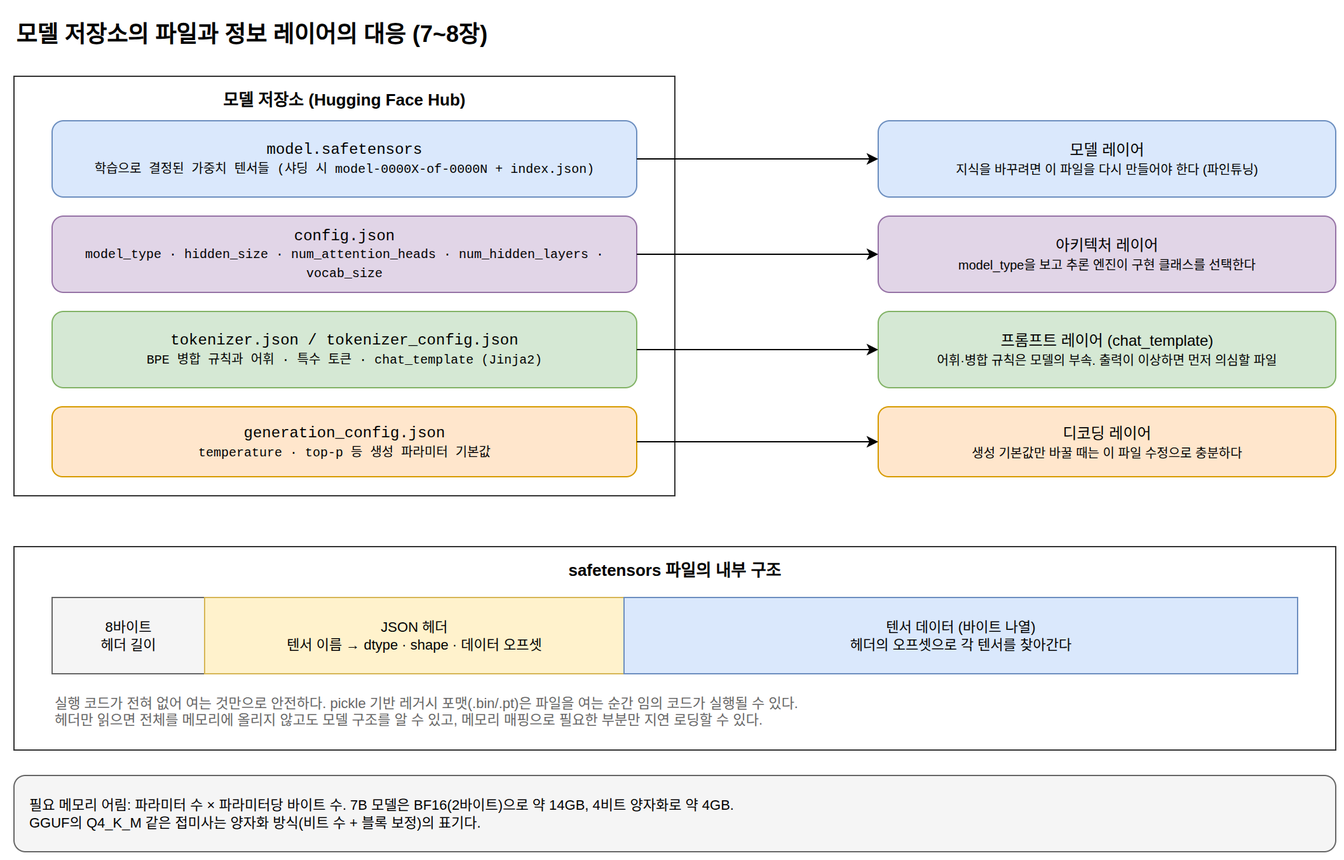
The draw.io diagram book/diagrams/ch08-model-repo.drawio.png in benelog/llm-principles, before a commit. Source tidied: cells renumbered, new cells last; positions are measured from the earlier drawing's top-left corner, leaving out a move shared by most shapes.
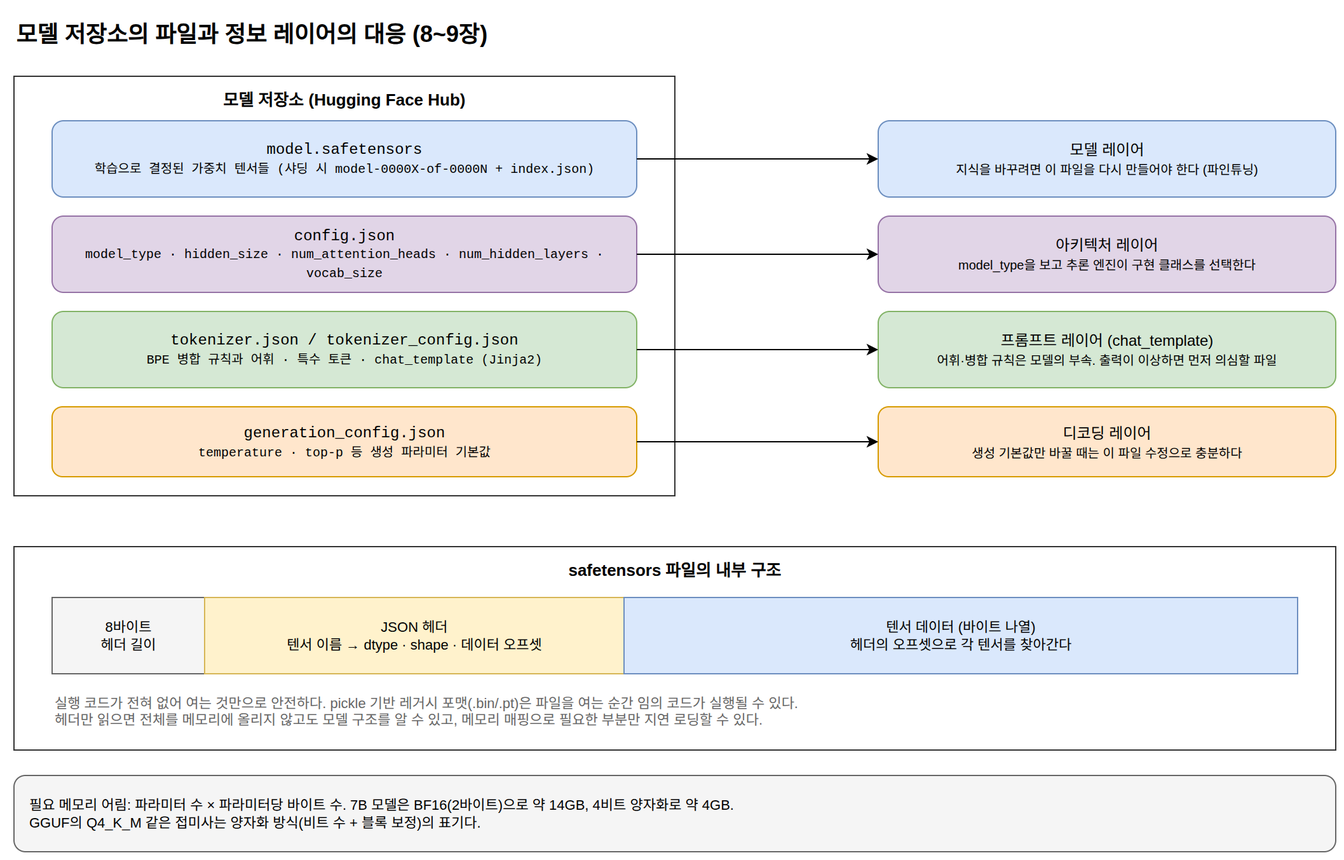
Later version of the same file.

The edit, as a diff of the source:
```diff
@@ -2,7 +2,7 @@
   <root>
     <mxCell id="0" />
     <mxCell id="1" parent="0" />
-    <mxCell id="2" value="모델 저장소의 파일과 정보 레이어의 대응 (7~8장)" style="text;html=1;fontSize=18;fontStyle=1;align=left;" parent="1" vertex="1">
+    <mxCell id="2" value="모델 저장소의 파일과 정보 레이어의 대응 (8~9장)" style="text;html=1;fontSize=18;fontStyle=1;align=left;" parent="1" vertex="1">
       <mxGeometry width="600" height="30" as="geometry" />
     </mxCell>
     <mxCell id="3" value="모델 저장소 (Hugging Face Hub)" style="rounded=0;whiteSpace=wrap;html=1;fillColor=none;strokeColor=#333333;verticalAlign=top;fontSize=13;fontStyle=1;spacingTop=4;" parent="1" vertex="1">
```
